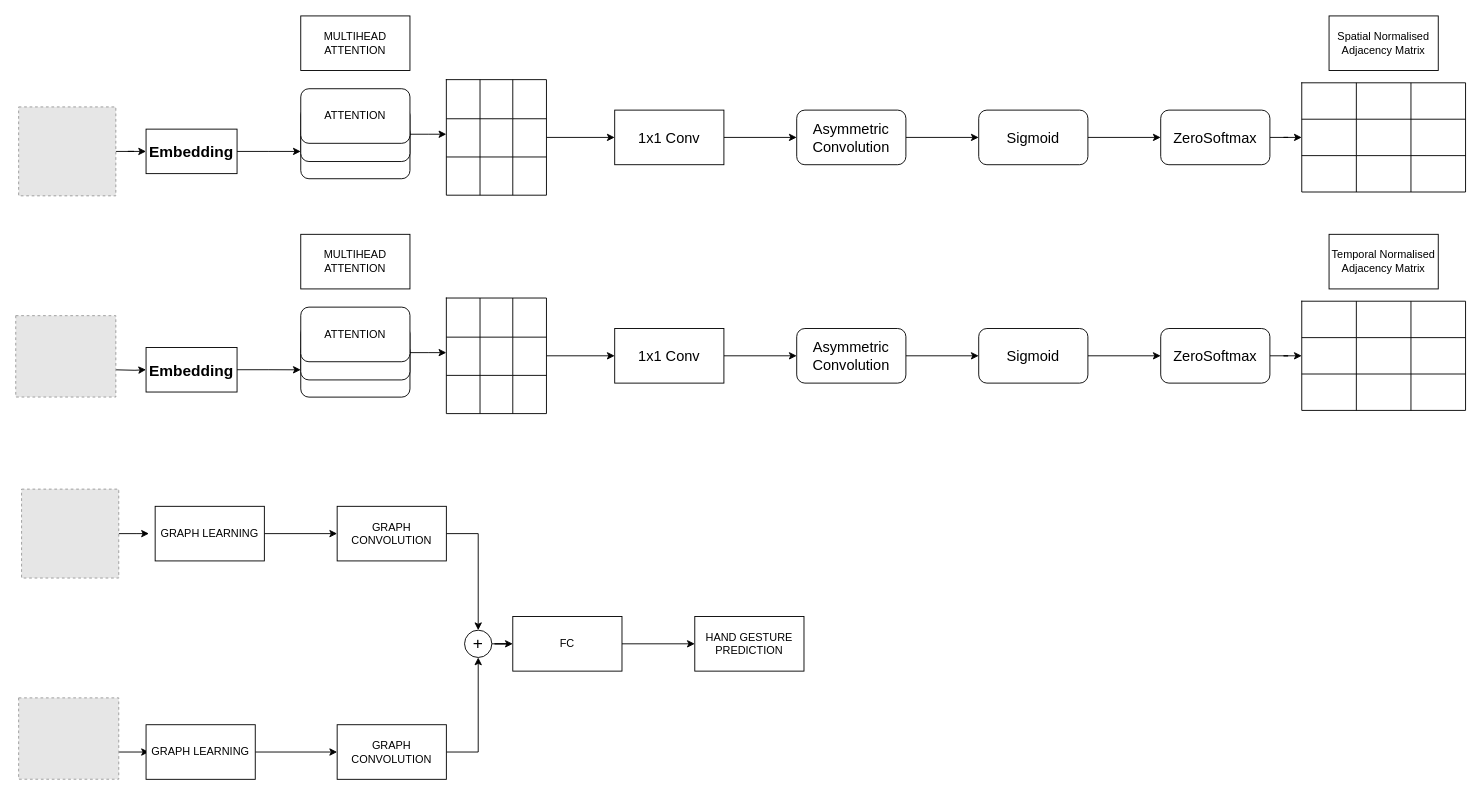
Earlier version of the draw.io diagram Untitled Diagram.drawio (HichemSaoudi/Pix2Pix). Source tidied: cells renumbered, new cells numbered last; positions are measured from the earlier drawing's top-left corner, leaving out a move shared by most shapes. Both pictures are drawn from the tidied source at 91%, with x=0, y=0 at pixel (15, 15). Pictures stored in the file or linked from it are replaced by grey dashed boxes.
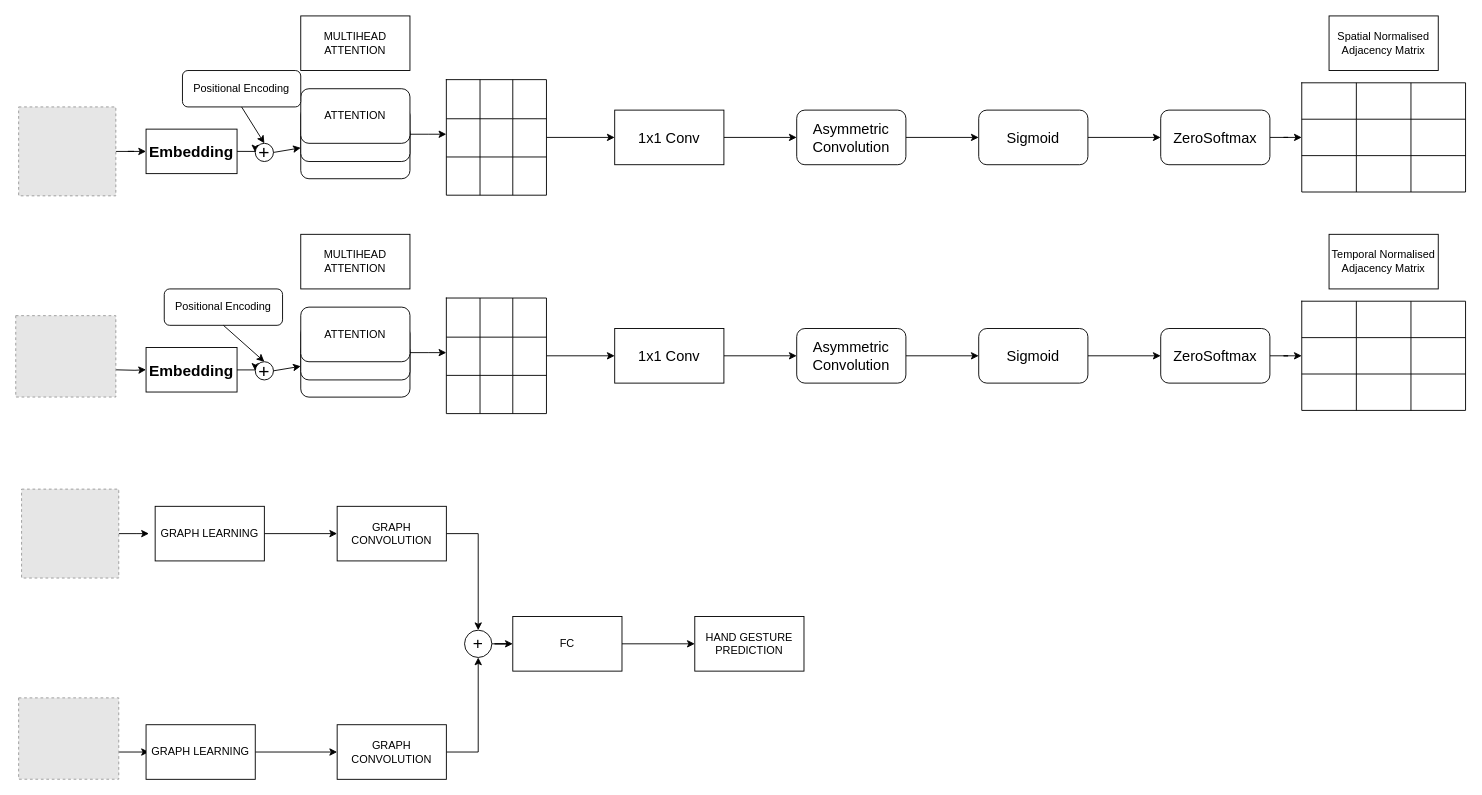
The same page after the edit.

The change refers to these unchanged cells:
```xml
<mxCell id="5" value="&lt;div style=&quot;&quot;&gt;&lt;b&gt;&lt;font style=&quot;font-size: 17px;&quot;&gt;Embedding&lt;/font&gt;&lt;/b&gt;&lt;/div&gt;" style="whiteSpace=wrap;html=1;verticalAlign=top;labelBackgroundColor=default;align=center;spacingTop=10;" parent="1" vertex="1">
  <mxGeometry x="143" y="124.4" width="100" height="48.9" as="geometry" />
</mxCell>
<mxCell id="6" style="rounded=1;whiteSpace=wrap;html=1;verticalAlign=top;labelBackgroundColor=default;spacingTop=10;" parent="1" vertex="1">
  <mxGeometry x="313" y="118.9" width="120" height="60" as="geometry" />
</mxCell>
<mxCell id="8" style="rounded=1;whiteSpace=wrap;html=1;" parent="1" vertex="1">
  <mxGeometry x="313" y="100" width="120" height="60" as="geometry" />
</mxCell>
<mxCell id="49" value="&lt;div style=&quot;&quot;&gt;&lt;b&gt;&lt;font style=&quot;font-size: 17px;&quot;&gt;Embedding&lt;/font&gt;&lt;/b&gt;&lt;/div&gt;" style="whiteSpace=wrap;html=1;verticalAlign=top;labelBackgroundColor=default;align=center;spacingTop=10;" parent="1" vertex="1">
  <mxGeometry x="143" y="364.4" width="100" height="48.9" as="geometry" />
</mxCell>
<mxCell id="50" style="rounded=1;whiteSpace=wrap;html=1;verticalAlign=top;labelBackgroundColor=default;spacingTop=10;" parent="1" vertex="1">
  <mxGeometry x="313" y="358.9" width="120" height="60" as="geometry" />
</mxCell>
```

Diff of the diagram source:
```diff
@@
-    <mxCell id="4" style="edgeStyle=orthogonalEdgeStyle;rounded=0;jettySize=auto;html=1;" parent="1" edge="1" source="5" target="6">
-      <mxGeometry relative="1" as="geometry" />
-    </mxCell>
+    <mxCell id="109" style="edgeStyle=orthogonalEdgeStyle;rounded=0;jettySize=auto;html=1;exitX=1;exitY=0.5;exitDx=0;exitDy=0;entryX=0;entryY=0.5;entryDx=0;entryDy=0;" parent="1" edge="1" source="5" target="110">
+      <mxGeometry relative="1" as="geometry" />
+    </mxCell>
@@
-    <mxCell id="48" style="edgeStyle=orthogonalEdgeStyle;rounded=0;jettySize=auto;html=1;" parent="1" edge="1" source="49" target="50">
-      <mxGeometry relative="1" as="geometry" />
-    </mxCell>
@@
+    <mxCell id="110" value="&lt;font style=&quot;font-size: 21px;&quot;&gt;+&lt;/font&gt;" style="ellipse;whiteSpace=wrap;html=1;" parent="1" vertex="1">
+      <mxGeometry x="263" y="140" width="20" height="20" as="geometry" />
+    </mxCell>
+    <mxCell id="111" value="Positional Encoding" style="rounded=1;whiteSpace=wrap;html=1;" parent="1" vertex="1">
+      <mxGeometry x="183" y="60" width="130" height="40" as="geometry" />
+    </mxCell>
+    <mxCell id="112" style="endArrow=classic;html=1;rounded=0;exitX=0.5;exitY=1;exitDx=0;exitDy=0;entryX=0.5;entryY=0;entryDx=0;entryDy=0;" parent="1" edge="1" source="111" target="110">
+      <mxGeometry relative="1" as="geometry" />
+    </mxCell>
+    <mxCell id="113" style="endArrow=classic;html=1;rounded=0;exitX=1;exitY=0.5;exitDx=0;exitDy=0;entryX=0;entryY=0.75;entryDx=0;entryDy=0;" parent="1" edge="1" source="110" target="8">
+      <mxGeometry relative="1" as="geometry" />
+    </mxCell>
+    <mxCell id="114" style="edgeStyle=orthogonalEdgeStyle;rounded=0;jettySize=auto;html=1;exitX=1;exitY=0.5;exitDx=0;exitDy=0;entryX=0;entryY=0.5;entryDx=0;entryDy=0;" parent="1" edge="1" target="115">
+      <mxGeometry relative="1" as="geometry">
+        <mxPoint x="243" y="389" as="sourcePoint" />
+      </mxGeometry>
+    </mxCell>
+    <mxCell id="115" value="&lt;font style=&quot;font-size: 21px;&quot;&gt;+&lt;/font&gt;" style="ellipse;whiteSpace=wrap;html=1;" parent="1" vertex="1">
+      <mxGeometry x="263" y="380" width="20" height="20" as="geometry" />
+    </mxCell>
+    <mxCell id="116" value="Positional Encoding" style="rounded=1;whiteSpace=wrap;html=1;" parent="1" vertex="1">
+      <mxGeometry x="163" y="300" width="130" height="40" as="geometry" />
+    </mxCell>
+    <mxCell id="117" style="endArrow=classic;html=1;rounded=0;exitX=0.5;exitY=1;exitDx=0;exitDy=0;entryX=0.5;entryY=0;entryDx=0;entryDy=0;" parent="1" edge="1" source="116" target="115">
+      <mxGeometry relative="1" as="geometry" />
+    </mxCell>
+    <mxCell id="118" style="endArrow=classic;html=1;rounded=0;exitX=1;exitY=0.5;exitDx=0;exitDy=0;entryX=0;entryY=0.75;entryDx=0;entryDy=0;" parent="1" edge="1" source="115">
+      <mxGeometry relative="1" as="geometry">
+        <mxPoint x="313" y="385" as="targetPoint" />
+      </mxGeometry>
+    </mxCell>
```
